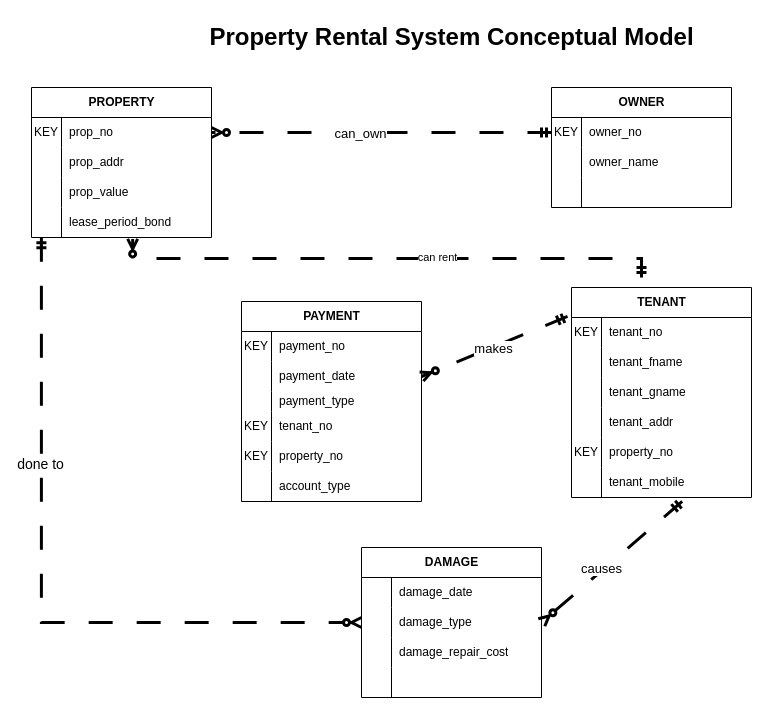
Earlier version of the draw.io diagram page "Final Model" (3 of 3) of Applied/App03/prs_conceptual.drawio (aanv0002/bigrig-movers-sql-database). Source tidied: cells renumbered, new cells numbered last; positions are measured from the earlier drawing's top-left corner, leaving out a move shared by most shapes. Both pictures are drawn from the tidied source at 100%, with x=0, y=0 at pixel (31, 17).
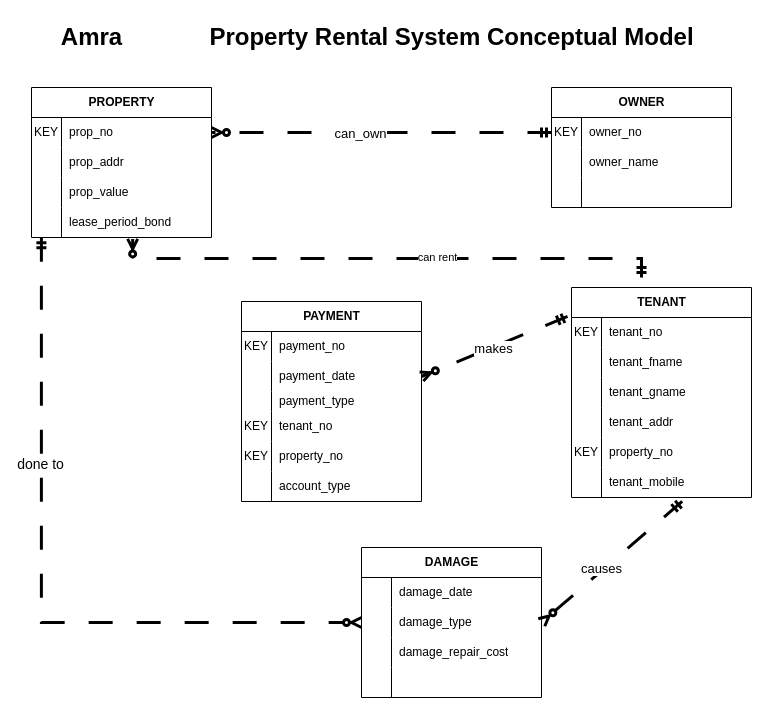
After the change.

The edit, as a diff of the source:
```diff
@@
+    <mxCell id="87" value="Amra" style="text;strokeColor=none;fillColor=none;html=1;fontSize=24;fontStyle=1;verticalAlign=middle;align=center;" parent="1" vertex="1">
+      <mxGeometry x="10" width="100" height="40" as="geometry" />
+    </mxCell>
```
